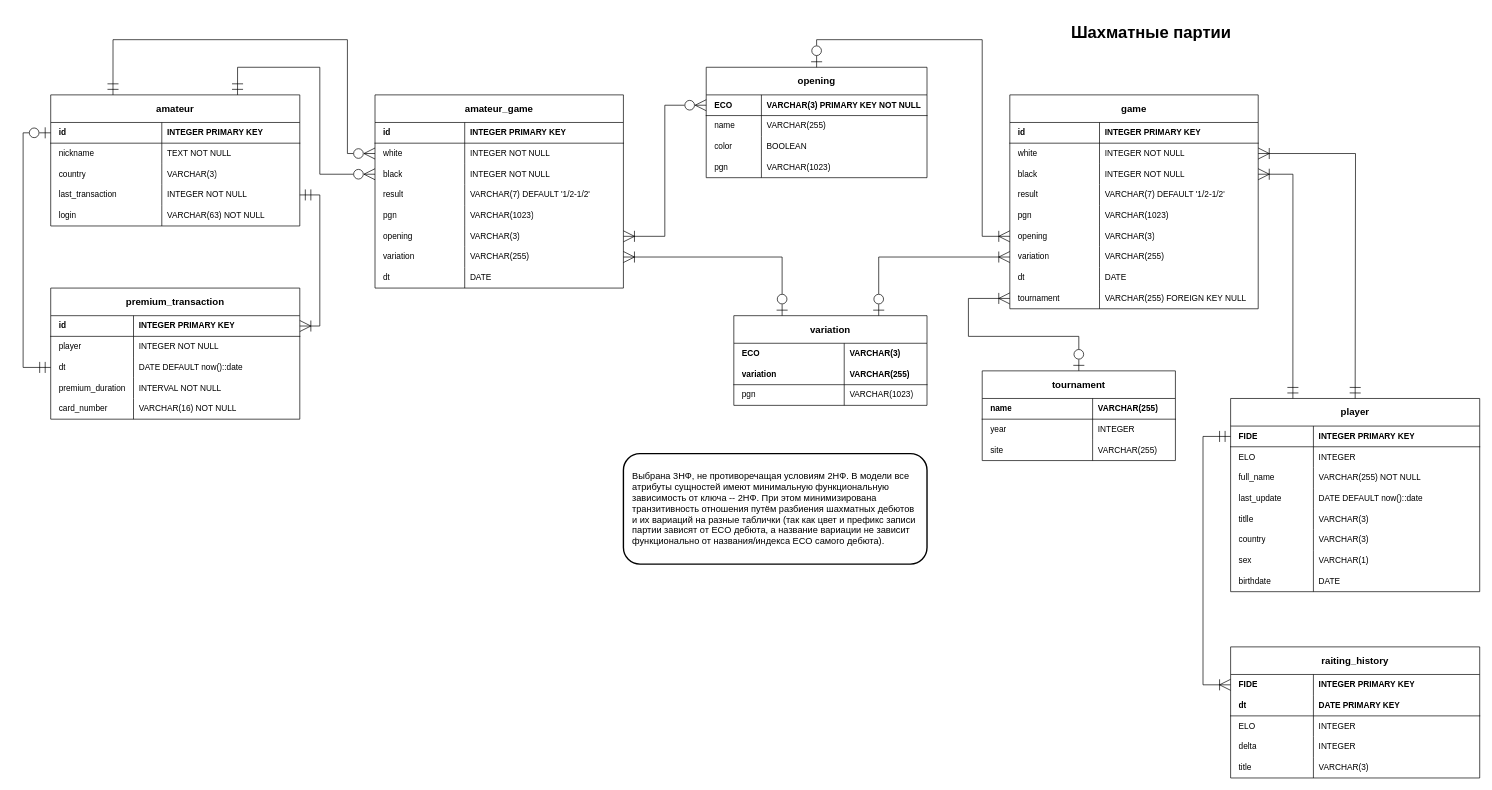
Above: page "3НФ" (2 of 3) of docs/DB2023.drawio in Pr0f1D0c/DB2023Project (draw.io), before the change. Source tidied: cells renumbered, new cells numbered last; positions are measured from the earlier drawing's top-left corner, leaving out a move shared by most shapes. Both pictures are drawn from the tidied source at 69%, with x=0, y=0 at pixel (23, 19).
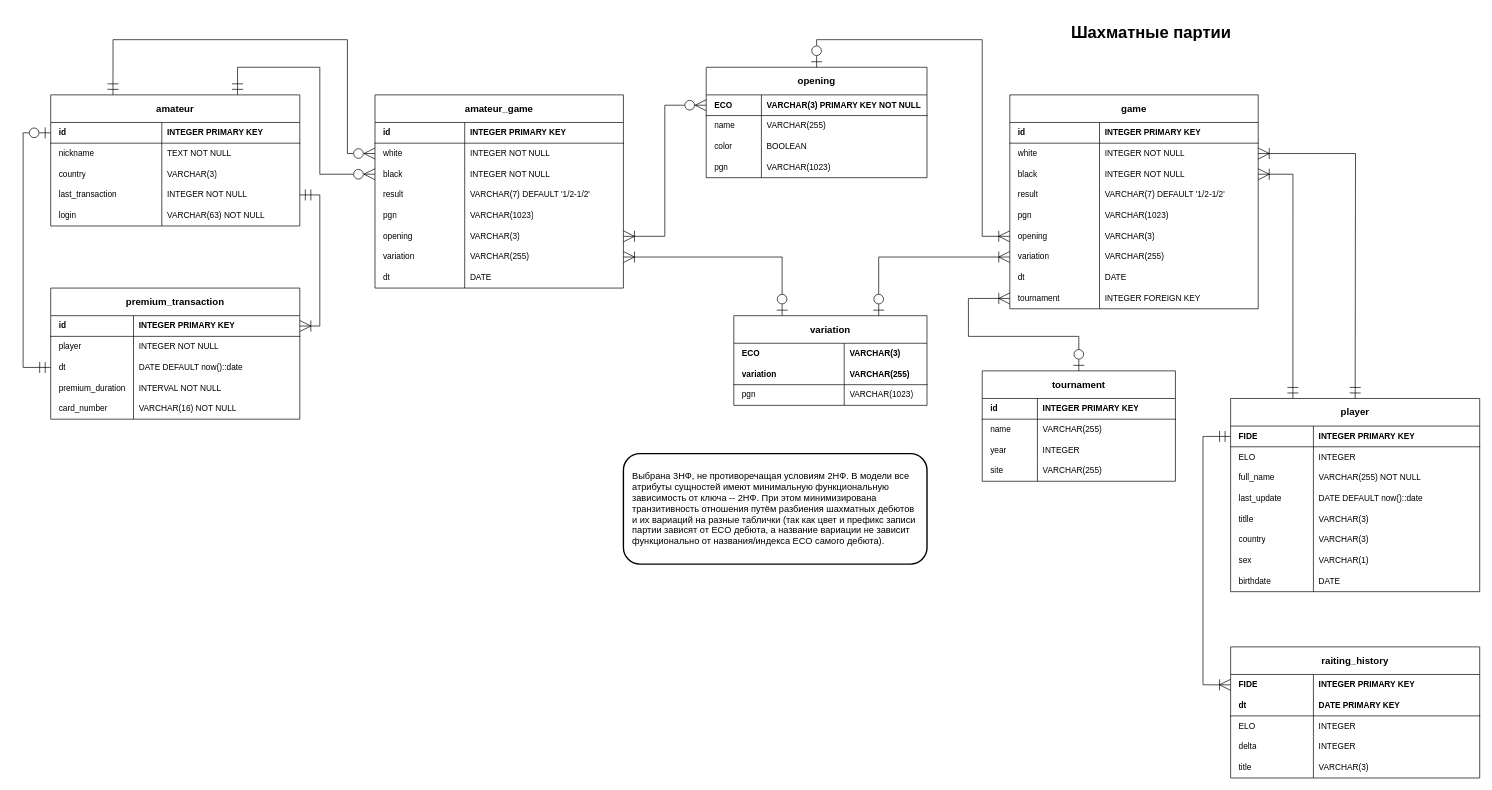
After the change.

Commit message (it also covers changes not shown here):
Add integer key tournament

add integer pk for tournament to DDL

add integer pk for tournament to jpg

The change refers to these unchanged cells:
```xml
<mxCell id="28" style="shape=tableRow;horizontal=0;startSize=0;swimlaneHead=0;swimlaneBody=0;fillColor=none;points=[[0,0.5],[1,0.5]];portConstraint=eastwest;top=0;left=0;right=0;bottom=0;" parent="3" vertex="1">
  <mxGeometry y="280" width="360" height="30" as="geometry" />
</mxCell>
<mxCell id="70" style="shape=tableRow;horizontal=0;startSize=0;swimlaneHead=0;swimlaneBody=0;fillColor=none;top=0;left=0;right=0;bottom=1;html=1;swimlaneLine=1;fontStyle=1;" parent="69" vertex="1">
  <mxGeometry y="40" width="280" height="30" as="geometry" />
</mxCell>
```

Diff of the diagram source:
```diff
@@
-    <mxCell id="30" value="VARCHAR(255) FOREIGN KEY NULL" style="shape=partialRectangle;fillColor=none;top=0;left=0;bottom=0;right=0;align=left;spacingLeft=6;fontStyle=0;overflow=hidden;whiteSpace=wrap;html=1;" parent="28" vertex="1">
+    <mxCell id="30" value="INTEGER FOREIGN KEY" style="shape=partialRectangle;fillColor=none;top=0;left=0;bottom=0;right=0;align=left;spacingLeft=6;fontStyle=0;overflow=hidden;whiteSpace=wrap;html=1;" parent="28" vertex="1">
       <mxGeometry x="130" width="230" height="30" as="geometry" />
     </mxCell>
@@
     <mxCell id="69" value="tournament" style="shape=table;startSize=40;childLayout=tableLayout;rowLines=0;fontStyle=1;align=center;html=1;whiteSpace=wrap;columnLines=1;swimlaneHead=1;swimlaneBody=1;horizontal=1;resizeLastRow=0;right=1;left=1;bottom=1;top=1;fixDash=0;fontSize=14;" parent="1" vertex="1">
-      <mxGeometry x="1390" y="510" width="280" height="130" as="geometry" />
+      <mxGeometry x="1390" y="510" width="280" height="160" as="geometry" />
     </mxCell>
@@
-    <mxCell id="71" value="name" style="shape=partialRectangle;fillColor=none;top=0;left=0;bottom=0;right=0;overflow=hidden;html=1;whiteSpace=wrap;strokeColor=default;align=left;spacingLeft=10;fontStyle=1;" parent="70" vertex="1">
-      <mxGeometry width="160" height="30" as="geometry" />
+    <mxCell id="71" value="id" style="shape=partialRectangle;fillColor=none;top=0;left=0;bottom=0;right=0;overflow=hidden;html=1;whiteSpace=wrap;strokeColor=default;align=left;spacingLeft=10;fontStyle=1;" parent="70" vertex="1">
+      <mxGeometry width="80" height="30" as="geometry" />
     </mxCell>
-    <mxCell id="72" value="VARCHAR(255)" style="shape=partialRectangle;fillColor=none;top=0;left=0;bottom=0;right=0;align=left;spacingLeft=6;overflow=hidden;html=1;whiteSpace=wrap;fontStyle=1;" parent="70" vertex="1">
-      <mxGeometry x="160" width="120" height="30" as="geometry" />
+    <mxCell id="72" value="INTEGER PRIMARY KEY" style="shape=partialRectangle;fillColor=none;top=0;left=0;bottom=0;right=0;align=left;spacingLeft=6;overflow=hidden;html=1;whiteSpace=wrap;fontStyle=1;" parent="70" vertex="1">
+      <mxGeometry x="80" width="200" height="30" as="geometry" />
     </mxCell>
+    <mxCell id="175" style="shape=tableRow;horizontal=0;startSize=0;swimlaneHead=0;swimlaneBody=0;fillColor=none;top=0;left=0;right=0;bottom=0;html=1;swimlaneLine=1;fontStyle=1;" parent="69" vertex="1">
+      <mxGeometry y="70" width="280" height="30" as="geometry" />
+    </mxCell>
+    <mxCell id="176" value="name" style="shape=partialRectangle;fillColor=none;top=0;left=0;bottom=0;right=0;overflow=hidden;html=1;whiteSpace=wrap;strokeColor=default;align=left;spacingLeft=10;fontStyle=0;" parent="175" vertex="1">
+      <mxGeometry width="80" height="30" as="geometry" />
+    </mxCell>
+    <mxCell id="177" value="VARCHAR(255)" style="shape=partialRectangle;fillColor=none;top=0;left=0;bottom=0;right=0;align=left;spacingLeft=6;overflow=hidden;html=1;whiteSpace=wrap;fontStyle=0;" parent="175" vertex="1">
+      <mxGeometry x="80" width="200" height="30" as="geometry" />
+    </mxCell>
     <mxCell id="73" style="shape=tableRow;horizontal=0;startSize=0;swimlaneHead=0;swimlaneBody=0;fillColor=none;top=0;left=0;right=0;bottom=0;html=1;" parent="69" vertex="1">
-      <mxGeometry y="70" width="280" height="30" as="geometry" />
+      <mxGeometry y="100" width="280" height="30" as="geometry" />
     </mxCell>
     <mxCell id="74" value="year" style="shape=partialRectangle;fillColor=none;top=0;left=0;bottom=0;right=0;fontStyle=0;overflow=hidden;html=1;whiteSpace=wrap;align=left;spacingLeft=10;" parent="73" vertex="1">
-      <mxGeometry width="160" height="30" as="geometry" />
+      <mxGeometry width="80" height="30" as="geometry" />
     </mxCell>
     <mxCell id="75" value="INTEGER" style="shape=partialRectangle;fillColor=none;top=0;left=0;bottom=0;right=0;align=left;spacingLeft=6;fontStyle=0;overflow=hidden;html=1;whiteSpace=wrap;" parent="73" vertex="1">
-      <mxGeometry x="160" width="120" height="30" as="geometry" />
+      <mxGeometry x="80" width="200" height="30" as="geometry" />
     </mxCell>
     <mxCell id="76" style="shape=tableRow;horizontal=0;startSize=0;swimlaneHead=0;swimlaneBody=0;fillColor=none;top=0;left=0;right=0;bottom=0;html=1;swimlaneLine=1;fontStyle=1;" parent="69" vertex="1">
-      <mxGeometry y="100" width="280" height="30" as="geometry" />
+      <mxGeometry y="130" width="280" height="30" as="geometry" />
     </mxCell>
     <mxCell id="77" value="site" style="shape=partialRectangle;fillColor=none;top=0;left=0;bottom=0;right=0;overflow=hidden;html=1;whiteSpace=wrap;strokeColor=default;align=left;spacingLeft=10;fontStyle=0;" parent="76" vertex="1">
-      <mxGeometry width="160" height="30" as="geometry" />
+      <mxGeometry width="80" height="30" as="geometry" />
     </mxCell>
     <mxCell id="78" value="VARCHAR(255)" style="shape=partialRectangle;fillColor=none;top=0;left=0;bottom=0;right=0;align=left;spacingLeft=6;overflow=hidden;html=1;whiteSpace=wrap;fontStyle=0;" parent="76" vertex="1">
-      <mxGeometry x="160" width="120" height="30" as="geometry" />
+      <mxGeometry x="80" width="200" height="30" as="geometry" />
     </mxCell>
```
